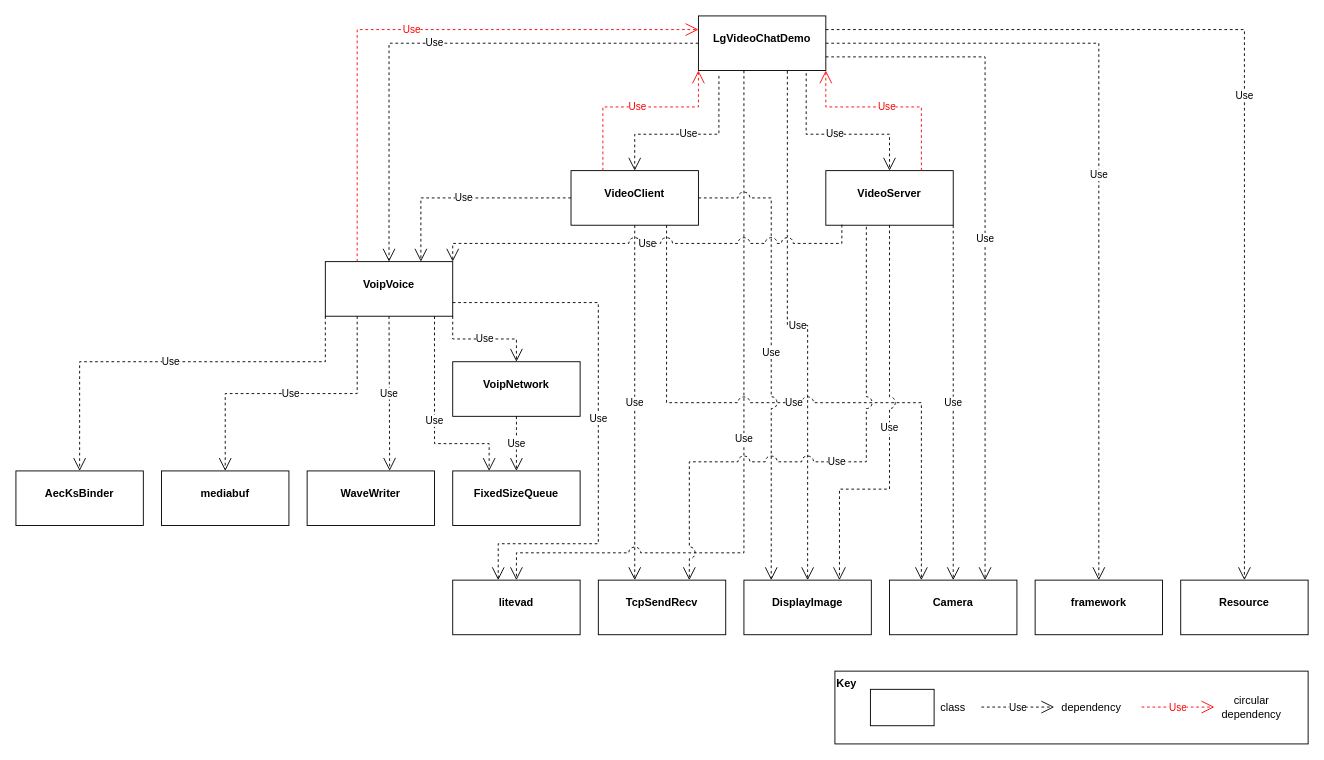
sunggooni/SW_Architect keeps this draw.io diagram as page "Q3" (2 of 2) of SW Architect A2.drawio. Above is the earlier version. Source tidied: cells renumbered, new cells numbered last; positions are measured from the earlier drawing's top-left corner, leaving out a move shared by most shapes. Both pictures are drawn from the tidied source at 91%, with x=0, y=0 at pixel (15, 15).
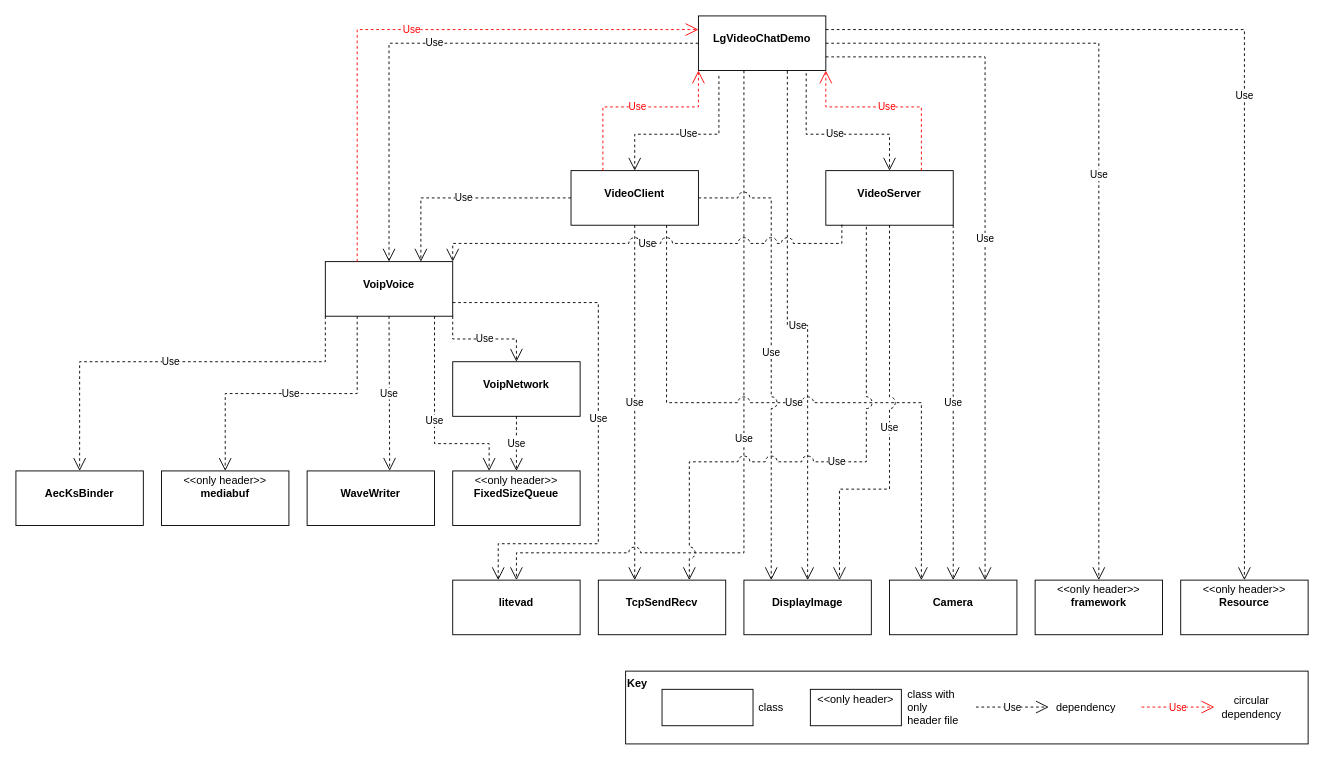
The same diagram, later.

Change to the diagram source:
```diff
@@
-    <mxCell id="2" value="&lt;p style=&quot;margin:0px;margin-top:4px;text-align:center;&quot;&gt;&lt;br&gt;&lt;span style=&quot;-webkit-text-stroke: 0px rgba(0, 0, 0, 0);&quot;&gt;&lt;b class=&quot;fr-fix-d86f9b94&quot;&gt;FixedSizeQueue&lt;/b&gt;&lt;/span&gt;&lt;/p&gt;" style="verticalAlign=top;align=left;overflow=fill;fontSize=12;fontFamily=Helvetica;html=1;whiteSpace=wrap;" parent="1" vertex="1">
+    <mxCell id="2" value="&lt;p style=&quot;margin:0px;margin-top:4px;text-align:center;&quot;&gt;&amp;lt;&amp;lt;only header&amp;gt;&amp;gt;&lt;br&gt;&lt;span style=&quot;-webkit-text-stroke: 0px rgba(0, 0, 0, 0);&quot;&gt;&lt;b class=&quot;fr-fix-d86f9b94&quot;&gt;FixedSizeQueue&lt;/b&gt;&lt;/span&gt;&lt;/p&gt;" style="verticalAlign=top;align=left;overflow=fill;fontSize=12;fontFamily=Helvetica;html=1;whiteSpace=wrap;" parent="1" vertex="1">
       <mxGeometry x="480" y="500" width="140" height="60" as="geometry" />
     </mxCell>
-    <mxCell id="3" value="&lt;p style=&quot;margin:0px;margin-top:4px;text-align:center;&quot;&gt;&lt;br&gt;&lt;span style=&quot;-webkit-text-stroke: 0px rgba(0, 0, 0, 0);&quot;&gt;&lt;b class=&quot;fr-fix-d86f9b94&quot;&gt;framework&lt;/b&gt;&lt;/span&gt;&lt;/p&gt;" style="verticalAlign=top;align=left;overflow=fill;fontSize=12;fontFamily=Helvetica;html=1;whiteSpace=wrap;" parent="1" vertex="1">
+    <mxCell id="3" value="&lt;p style=&quot;margin:0px;margin-top:4px;text-align:center;&quot;&gt;&amp;lt;&amp;lt;only header&amp;gt;&amp;gt;&lt;br&gt;&lt;span style=&quot;-webkit-text-stroke: 0px rgba(0, 0, 0, 0);&quot;&gt;&lt;b class=&quot;fr-fix-d86f9b94&quot;&gt;framework&lt;/b&gt;&lt;/span&gt;&lt;/p&gt;" style="verticalAlign=top;align=left;overflow=fill;fontSize=12;fontFamily=Helvetica;html=1;whiteSpace=wrap;" parent="1" vertex="1">
       <mxGeometry x="1120" y="620" width="140" height="60" as="geometry" />
     </mxCell>
-    <mxCell id="4" value="&lt;p style=&quot;margin:0px;margin-top:4px;text-align:center;&quot;&gt;&lt;br&gt;&lt;span style=&quot;-webkit-text-stroke: 0px rgba(0, 0, 0, 0);&quot;&gt;&lt;b class=&quot;fr-fix-d86f9b94&quot;&gt;mediabuf&lt;/b&gt;&lt;/span&gt;&lt;/p&gt;" style="verticalAlign=top;align=left;overflow=fill;fontSize=12;fontFamily=Helvetica;html=1;whiteSpace=wrap;" parent="1" vertex="1">
+    <mxCell id="4" value="&lt;p style=&quot;margin:0px;margin-top:4px;text-align:center;&quot;&gt;&amp;lt;&amp;lt;only header&amp;gt;&amp;gt;&lt;br&gt;&lt;span style=&quot;-webkit-text-stroke: 0px rgba(0, 0, 0, 0);&quot;&gt;&lt;b class=&quot;fr-fix-d86f9b94&quot;&gt;mediabuf&lt;/b&gt;&lt;/span&gt;&lt;/p&gt;" style="verticalAlign=top;align=left;overflow=fill;fontSize=12;fontFamily=Helvetica;html=1;whiteSpace=wrap;" parent="1" vertex="1">
       <mxGeometry x="160" y="500" width="140" height="60" as="geometry" />
     </mxCell>
-    <mxCell id="5" value="&lt;p style=&quot;margin:0px;margin-top:4px;text-align:center;&quot;&gt;&lt;br&gt;&lt;span style=&quot;-webkit-text-stroke: 0px rgba(0, 0, 0, 0);&quot;&gt;&lt;b class=&quot;fr-fix-d86f9b94&quot;&gt;Resource&lt;/b&gt;&lt;/span&gt;&lt;/p&gt;" style="verticalAlign=top;align=left;overflow=fill;fontSize=12;fontFamily=Helvetica;html=1;whiteSpace=wrap;" parent="1" vertex="1">
+    <mxCell id="5" value="&lt;p style=&quot;margin:0px;margin-top:4px;text-align:center;&quot;&gt;&amp;lt;&amp;lt;only header&amp;gt;&amp;gt;&lt;br&gt;&lt;span style=&quot;-webkit-text-stroke: 0px rgba(0, 0, 0, 0);&quot;&gt;&lt;b class=&quot;fr-fix-d86f9b94&quot;&gt;Resource&lt;/b&gt;&lt;/span&gt;&lt;/p&gt;" style="verticalAlign=top;align=left;overflow=fill;fontSize=12;fontFamily=Helvetica;html=1;whiteSpace=wrap;" parent="1" vertex="1">
       <mxGeometry x="1280" y="620" width="140" height="60" as="geometry" />
     </mxCell>
@@
     <mxCell id="43" value="Key" style="html=1;whiteSpace=wrap;align=left;verticalAlign=top;fontStyle=1;" parent="1" vertex="1">
-      <mxGeometry x="900" y="720" width="520" height="80" as="geometry" />
+      <mxGeometry x="670" y="720" width="750" height="80" as="geometry" />
     </mxCell>
     <mxCell id="44" value="&lt;p style=&quot;margin:0px;margin-top:4px;text-align:center;&quot;&gt;&lt;br&gt;&lt;br&gt;&lt;/p&gt;" style="verticalAlign=top;align=left;overflow=fill;fontSize=12;fontFamily=Helvetica;html=1;whiteSpace=wrap;" parent="1" vertex="1">
-      <mxGeometry x="939" y="740" width="70" height="40" as="geometry" />
+      <mxGeometry x="710" y="740" width="100" height="40" as="geometry" />
     </mxCell>
     <mxCell id="45" value="class" style="text;html=1;strokeColor=none;fillColor=none;align=center;verticalAlign=middle;whiteSpace=wrap;rounded=0;" parent="1" vertex="1">
-      <mxGeometry x="1000" y="745" width="60" height="30" as="geometry" />
+      <mxGeometry x="800" y="745" width="60" height="30" as="geometry" />
     </mxCell>
     <mxCell id="46" value="Use" style="endArrow=open;endSize=12;dashed=1;html=1;rounded=0;jumpStyle=arc;jumpSize=13;shadow=0;strokeWidth=1;" parent="1" edge="1">
       <mxGeometry relative="1" as="geometry">
-        <mxPoint x="1061" y="759.5" as="sourcePoint" />
-        <mxPoint x="1141" y="759.5" as="targetPoint" />
+        <mxPoint x="1055" y="759.5" as="sourcePoint" />
+        <mxPoint x="1135" y="759.5" as="targetPoint" />
       </mxGeometry>
     </mxCell>
     <mxCell id="47" value="dependency" style="text;html=1;strokeColor=none;fillColor=none;align=center;verticalAlign=middle;whiteSpace=wrap;rounded=0;" parent="1" vertex="1">
-      <mxGeometry x="1152" y="745" width="60" height="30" as="geometry" />
+      <mxGeometry x="1146" y="745" width="60" height="30" as="geometry" />
     </mxCell>
@@
+    <mxCell id="50" value="&lt;p style=&quot;margin:0px;margin-top:4px;text-align:center;&quot;&gt;&amp;lt;&amp;lt;only header&amp;gt;&lt;br&gt;&lt;br&gt;&lt;/p&gt;" style="verticalAlign=top;align=left;overflow=fill;fontSize=12;fontFamily=Helvetica;html=1;whiteSpace=wrap;" parent="1" vertex="1">
+      <mxGeometry x="873" y="740" width="100" height="40" as="geometry" />
+    </mxCell>
+    <mxCell id="51" value="class with only header file" style="text;html=1;strokeColor=none;fillColor=none;align=left;verticalAlign=middle;whiteSpace=wrap;rounded=0;" parent="1" vertex="1">
+      <mxGeometry x="978" y="745" width="60" height="30" as="geometry" />
+    </mxCell>
```
